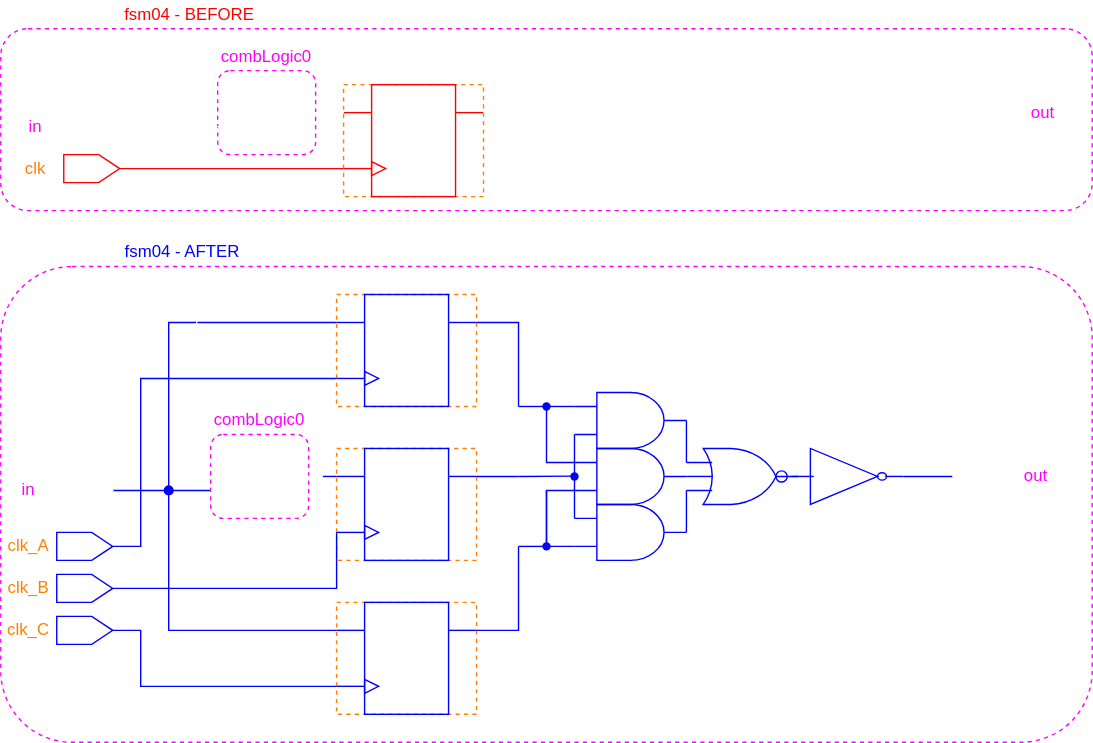
Earlier version of the draw.io export figures/dark-mode/user_guide_examples/fsm/fsm04_triplicating_the_register_and_clock_skew.drawio.svg (AlbertHansen/TripleModularRedundancyTool_developer_guide). Source tidied: cells renumbered, new cells last; positions are measured from the earlier drawing's top-left corner, leaving out a move shared by most shapes.
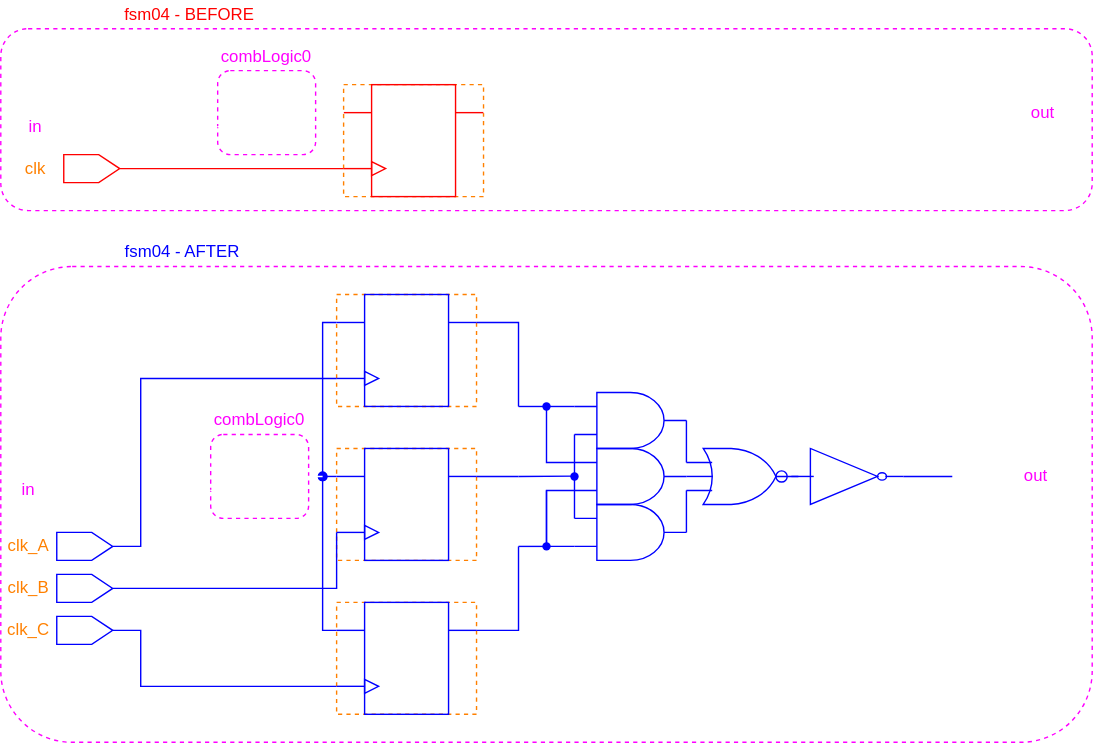
Later version of the same file.

The edit, as a diff of the source:
```diff
@@ -159,24 +159,22 @@
     <mxCell id="42" value="Q" style="text;html=1;strokeColor=none;fillColor=none;align=center;verticalAlign=middle;whiteSpace=wrap;rounded=0;fontColor=#FFFFFF;" parent="35" vertex="1">
       <mxGeometry x="70" y="15" width="10" height="10" as="geometry" />
     </mxCell>
-    <mxCell id="43" style="edgeStyle=orthogonalEdgeStyle;rounded=0;html=1;exitX=0.5;exitY=1;exitDx=0;exitDy=0;entryX=0;entryY=0.75;entryDx=0;entryDy=0;entryPerimeter=0;endArrow=none;endFill=0;strokeColor=#0000FF;" parent="1" edge="1" source="46" target="49">
+    <mxCell id="43" style="edgeStyle=orthogonalEdgeStyle;rounded=0;html=1;exitX=0.5;exitY=1;exitDx=0;exitDy=0;entryX=0;entryY=0.75;entryDx=0;entryDy=0;entryPerimeter=0;endArrow=none;endFill=0;strokeColor=#FFFFFF;" parent="1" edge="1" source="46" target="49">
       <mxGeometry relative="1" as="geometry" />
     </mxCell>
-    <mxCell id="44" style="edgeStyle=orthogonalEdgeStyle;rounded=0;html=1;fontColor=#0000FF;endArrow=none;endFill=0;startArrow=oval;startFill=1;strokeColor=#0000FF;" parent="1" edge="1">
+    <mxCell id="44" style="edgeStyle=orthogonalEdgeStyle;rounded=0;html=1;fontColor=#0000FF;endArrow=none;endFill=0;startArrow=oval;startFill=1;strokeColor=#0000FF;exitX=1;exitY=0.5;exitDx=0;exitDy=0;exitPerimeter=0;" parent="1" edge="1" source="49">
       <mxGeometry relative="1" as="geometry">
-        <mxPoint x="120" y="350" as="sourcePoint" />
         <mxPoint x="240" y="230" as="targetPoint" />
         <Array as="points">
-          <mxPoint x="120" y="230" />
+          <mxPoint x="230" y="230" />
         </Array>
       </mxGeometry>
     </mxCell>
-    <mxCell id="45" style="edgeStyle=orthogonalEdgeStyle;rounded=0;html=1;fontColor=#0000FF;endArrow=none;endFill=0;startArrow=oval;startFill=1;strokeColor=#0000FF;" parent="1" edge="1">
+    <mxCell id="45" style="edgeStyle=orthogonalEdgeStyle;rounded=0;html=1;fontColor=#0000FF;endArrow=none;endFill=0;startArrow=oval;startFill=1;strokeColor=#0000FF;exitX=1;exitY=0.5;exitDx=0;exitDy=0;exitPerimeter=0;" parent="1" edge="1" source="49">
       <mxGeometry relative="1" as="geometry">
-        <mxPoint x="120" y="350" as="sourcePoint" />
         <mxPoint x="240" y="450" as="targetPoint" />
         <Array as="points">
-          <mxPoint x="120" y="450" />
+          <mxPoint x="230" y="450" />
         </Array>
       </mxGeometry>
     </mxCell>
```
